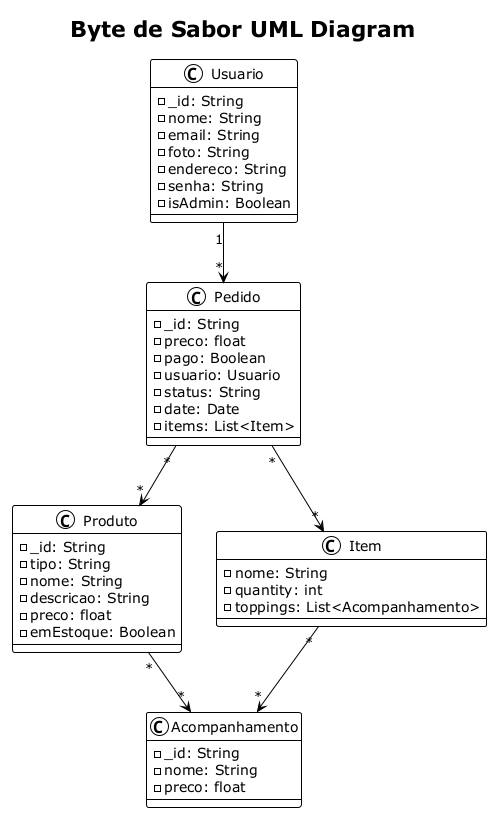
Earlier version of the PlantUML export bytedesabor.png (paulemacedo/BytedeSabor).
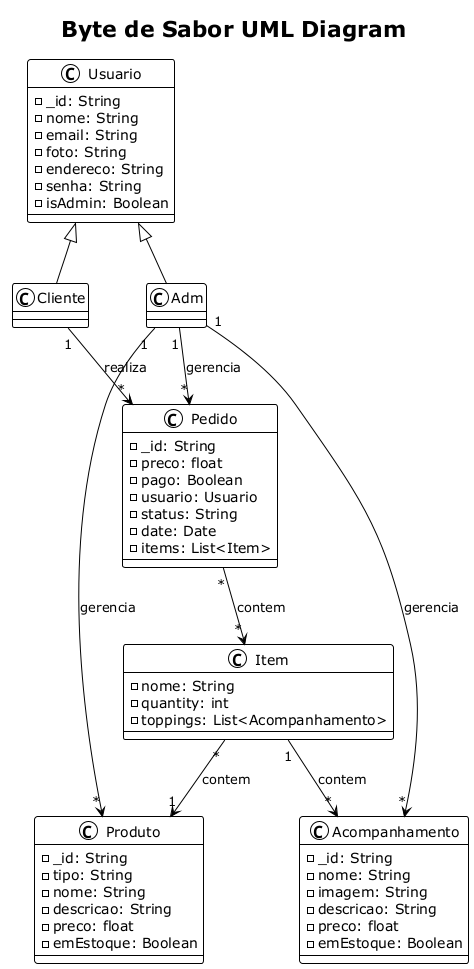
After the commit.

What changed in the source:
```diff
@@ -10,6 +10,12 @@
   - endereco: String
   - senha: String
   - isAdmin: Boolean
+}
+
+class Cliente {
+}
+
+class Adm {
 }
 
 class Produto {
@@ -40,13 +46,22 @@
 class Acompanhamento {
   - _id: String
   - nome: String
+  - imagem: String
+  - descricao: String
   - preco: float
+  - emEstoque: Boolean
 }
 
-Usuario "1" --> "*" Pedido
-Pedido "*" --> "*" Produto
-Produto "*" --> "*" Acompanhamento
-Pedido "*" --> "*" Item
-Item "*" --> "*" Acompanhamento
+Usuario <|-- Cliente
+Usuario <|-- Adm
+
+Cliente "1" --> "*" Pedido : realiza
+Adm "1" --> "*" Pedido : gerencia
+Adm "1" --> "*" Produto : gerencia
+Adm "1" --> "*" Acompanhamento : gerencia
+
+Pedido "*" --> "*" Item : contem
+Item "1" --> "*" Acompanhamento : contem
+Item "*" --> "1" Produto : contem
 
 @enduml
```
